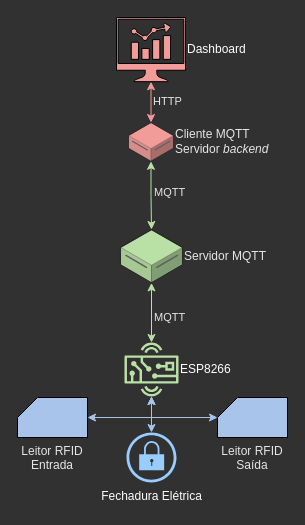
Before: doc/apresentacao/overview.drawio in batmacumba/fechadura, a draw.io diagram. Source tidied: cells renumbered, new cells numbered last; positions are measured from the earlier drawing's top-left corner, leaving out a move shared by most shapes. Both pictures are drawn from the tidied source at 100%, with x=0, y=0 at pixel (17, 17).
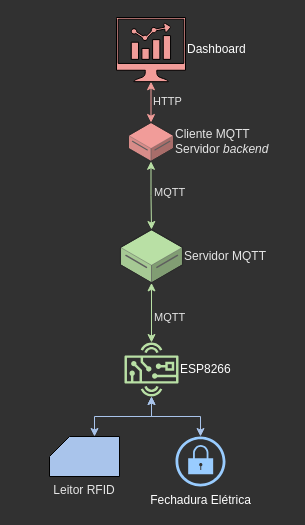
Above is the later version.

What changed in the source:
```diff
@@
 <mxGraphModel background="#313131">
   <root>
     <mxCell id="0" />
     <mxCell id="1" parent="0" />
     <mxCell id="2" style="edgeStyle=orthogonalEdgeStyle;rounded=0;jettySize=auto;html=1;exitX=0.5;exitY=0;exitDx=0;exitDy=0;exitPerimeter=0;startArrow=classic;startFill=1;labelBackgroundColor=none;fontColor=#E6E6E6;strokeColor=#A9C4EB;" parent="1" edge="1" source="3" target="6">
       <mxGeometry relative="1" as="geometry" />
     </mxCell>
     <mxCell id="3" value="Fechadura Elétrica" style="points=[[0.5,0,0],[1,0.5,0],[0.5,1,0],[0,0.5,0],[0.145,0.145,0],[0.8555,0.145,0],[0.855,0.8555,0],[0.145,0.855,0]];verticalLabelPosition=bottom;html=1;verticalAlign=top;align=center;shape=mxgraph.cisco19.lock;labelBackgroundColor=none;fontColor=#FFFFFF;fillColor=#99CCFF;" parent="1" vertex="1">
-      <mxGeometry x="109" y="415" width="50" height="50" as="geometry" />
+      <mxGeometry x="158" y="419" width="50" height="50" as="geometry" />
     </mxCell>
     <mxCell id="4" style="edgeStyle=orthogonalEdgeStyle;rounded=0;jettySize=auto;html=1;startArrow=classic;startFill=1;labelBackgroundColor=none;fontColor=#E6E6E6;strokeColor=#B9E0A5;" parent="1" edge="1" source="6" target="7">
       <mxGeometry relative="1" as="geometry" />
     </mxCell>
     <mxCell id="5" value="MQTT" style="edgeLabel;html=1;align=left;verticalAlign=middle;labelBackgroundColor=none;fontColor=#E6E6E6;spacingTop=25;labelPosition=right;verticalLabelPosition=middle;" parent="4" vertex="1">
       <mxGeometry x="0.27" y="-1" relative="1" as="geometry" />
     </mxCell>
     <mxCell id="6" value="ESP8266" style="outlineConnect=0;dashed=0;verticalLabelPosition=middle;verticalAlign=middle;align=left;html=1;fontSize=12;fontStyle=0;shape=mxgraph.aws4.hardware_board;labelPosition=right;labelBackgroundColor=none;fontColor=#FFFFFF;fillColor=#B9E0A5;" parent="1" vertex="1">
       <mxGeometry x="107" y="325" width="54" height="54" as="geometry" />
     </mxCell>
     <mxCell id="7" value="Servidor MQTT" style="verticalLabelPosition=middle;html=1;verticalAlign=middle;strokeWidth=1;align=left;outlineConnect=0;dashed=0;outlineConnect=0;shape=mxgraph.aws3d.dataServer;strokeColor=#5E5E5E;labelPosition=right;labelBackgroundColor=none;fontColor=#E6E6E6;fillColor=#B9E0A5;" parent="1" vertex="1">
       <mxGeometry x="103" y="212" width="62" height="53.4" as="geometry" />
     </mxCell>
     <mxCell id="8" value="HTTP" style="edgeStyle=orthogonalEdgeStyle;rounded=0;jettySize=auto;html=1;startArrow=classic;startFill=1;labelBackgroundColor=none;fontColor=#E6E6E6;labelPosition=right;verticalLabelPosition=middle;align=left;verticalAlign=middle;strokeColor=#F19C99;" parent="1" edge="1" source="9" target="16">
       <mxGeometry relative="1" as="geometry" />
     </mxCell>
     <mxCell id="9" value="Dashboard" style="shadow=0;dashed=0;html=1;labelPosition=right;verticalLabelPosition=middle;verticalAlign=middle;align=left;outlineConnect=0;shape=mxgraph.vvd.nsx_dashboard;labelBackgroundColor=none;fontColor=#FFFFFF;fillColor=#F19C99;" parent="1" vertex="1">
       <mxGeometry x="99" width="69" height="64.2" as="geometry" />
     </mxCell>
-    <mxCell id="10" style="edgeStyle=orthogonalEdgeStyle;rounded=0;jettySize=auto;html=1;startArrow=classic;startFill=1;labelBackgroundColor=none;fontColor=#E6E6E6;strokeColor=#A9C4EB;" parent="1" edge="1" source="11" target="6">
-      <mxGeometry relative="1" as="geometry" />
-    </mxCell>
-    <mxCell id="11" value="Leitor RFID&lt;br&gt;Entrada" style="verticalLabelPosition=bottom;verticalAlign=top;html=1;shape=card;whiteSpace=wrap;size=20;arcSize=12;labelBackgroundColor=none;fontColor=#E6E6E6;fillColor=#A9C4EB;" parent="1" vertex="1">
-      <mxGeometry y="380" width="70" height="40" as="geometry" />
+    <mxCell id="11" value="Leitor RFID" style="verticalLabelPosition=bottom;verticalAlign=top;html=1;shape=card;whiteSpace=wrap;size=20;arcSize=12;labelBackgroundColor=none;fontColor=#E6E6E6;fillColor=#A9C4EB;" parent="1" vertex="1">
+      <mxGeometry x="32" y="419" width="70" height="40" as="geometry" />
     </mxCell>
-    <mxCell id="12" style="edgeStyle=orthogonalEdgeStyle;rounded=0;jettySize=auto;html=1;startArrow=classic;startFill=1;labelBackgroundColor=none;fontColor=#E6E6E6;strokeColor=#A9C4EB;" parent="1" edge="1" source="13" target="6">
-      <mxGeometry relative="1" as="geometry" />
-    </mxCell>
-    <mxCell id="13" value="Leitor RFID&lt;br&gt;Saída" style="verticalLabelPosition=bottom;verticalAlign=top;html=1;shape=card;whiteSpace=wrap;size=20;arcSize=12;labelBackgroundColor=none;fontColor=#E6E6E6;fillColor=#A9C4EB;" parent="1" vertex="1">
-      <mxGeometry x="200" y="380" width="70" height="40" as="geometry" />
-    </mxCell>
     <mxCell id="14" style="edgeStyle=orthogonalEdgeStyle;rounded=0;jettySize=auto;html=1;startArrow=classic;startFill=1;labelBackgroundColor=none;fontColor=#E6E6E6;strokeColor=#B9E0A5;" parent="1" edge="1" source="16" target="7">
       <mxGeometry relative="1" as="geometry" />
     </mxCell>
     <mxCell id="15" value="MQTT" style="edgeLabel;html=1;align=left;verticalAlign=middle;labelBackgroundColor=none;fontColor=#E6E6E6;spacingBottom=10;labelPosition=right;verticalLabelPosition=middle;" parent="14" vertex="1">
       <mxGeometry x="0.04" y="1" relative="1" as="geometry" />
     </mxCell>
     <mxCell id="16" value="Cliente MQTT&lt;br&gt;Servidor &lt;i&gt;backend&lt;/i&gt;" style="verticalLabelPosition=middle;html=1;verticalAlign=middle;strokeWidth=1;align=left;outlineConnect=0;dashed=0;outlineConnect=0;shape=mxgraph.aws3d.dataServer;strokeColor=#5E5E5E;labelPosition=right;labelBackgroundColor=none;fontColor=#E6E6E6;fillColor=#F19C99;" parent="1" vertex="1">
       <mxGeometry x="111" y="105" width="45" height="38.8" as="geometry" />
     </mxCell>
+    <mxCell id="10" style="edgeStyle=orthogonalEdgeStyle;rounded=0;jettySize=auto;html=1;exitX=0;exitY=0;exitDx=45;exitDy=0;exitPerimeter=0;startArrow=classic;startFill=1;labelBackgroundColor=none;fontColor=#E6E6E6;strokeColor=#A9C4EB;" parent="1" edge="1" source="11" target="6">
+      <mxGeometry relative="1" as="geometry" />
+    </mxCell>
   </root>
 </mxGraphModel>
```
